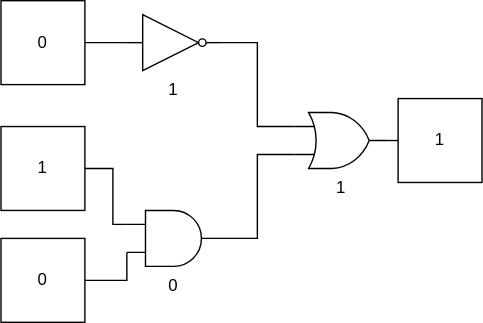
Above: eif202/images/ejemplo1.svg in Isaac-PM/Isaac-PM.github.io (draw.io), before the change. Source tidied: cells renumbered, new cells last; positions are measured from the earlier drawing's top-left corner, leaving out a move shared by most shapes.
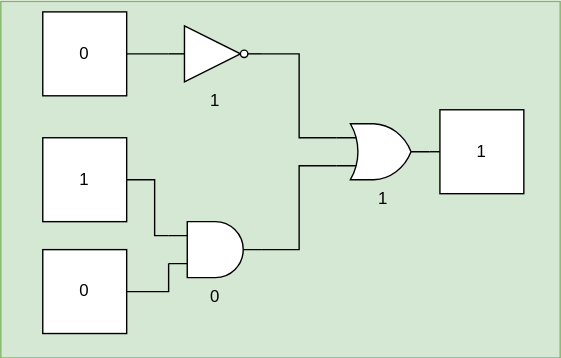
The same diagram one commit later.

Diff of the diagram source:
```diff
@@ -2,6 +2,9 @@
   <root>
     <mxCell id="0" />
     <mxCell id="1" parent="0" />
+    <mxCell id="15" style="rounded=0;whiteSpace=wrap;html=1;fillColor=#d5e8d4;strokeColor=#82b366;" parent="1" vertex="1">
+      <mxGeometry x="-30" y="-7.5" width="400" height="255" as="geometry" />
+    </mxCell>
     <mxCell id="2" style="edgeStyle=orthogonalEdgeStyle;rounded=0;jettySize=auto;html=1;exitX=1;exitY=0.5;exitDx=0;exitDy=0;entryX=0;entryY=0.25;entryDx=0;entryDy=0;entryPerimeter=0;endArrow=none;endFill=0;" parent="1" edge="1" source="3" target="7">
       <mxGeometry relative="1" as="geometry" />
     </mxCell>
```
